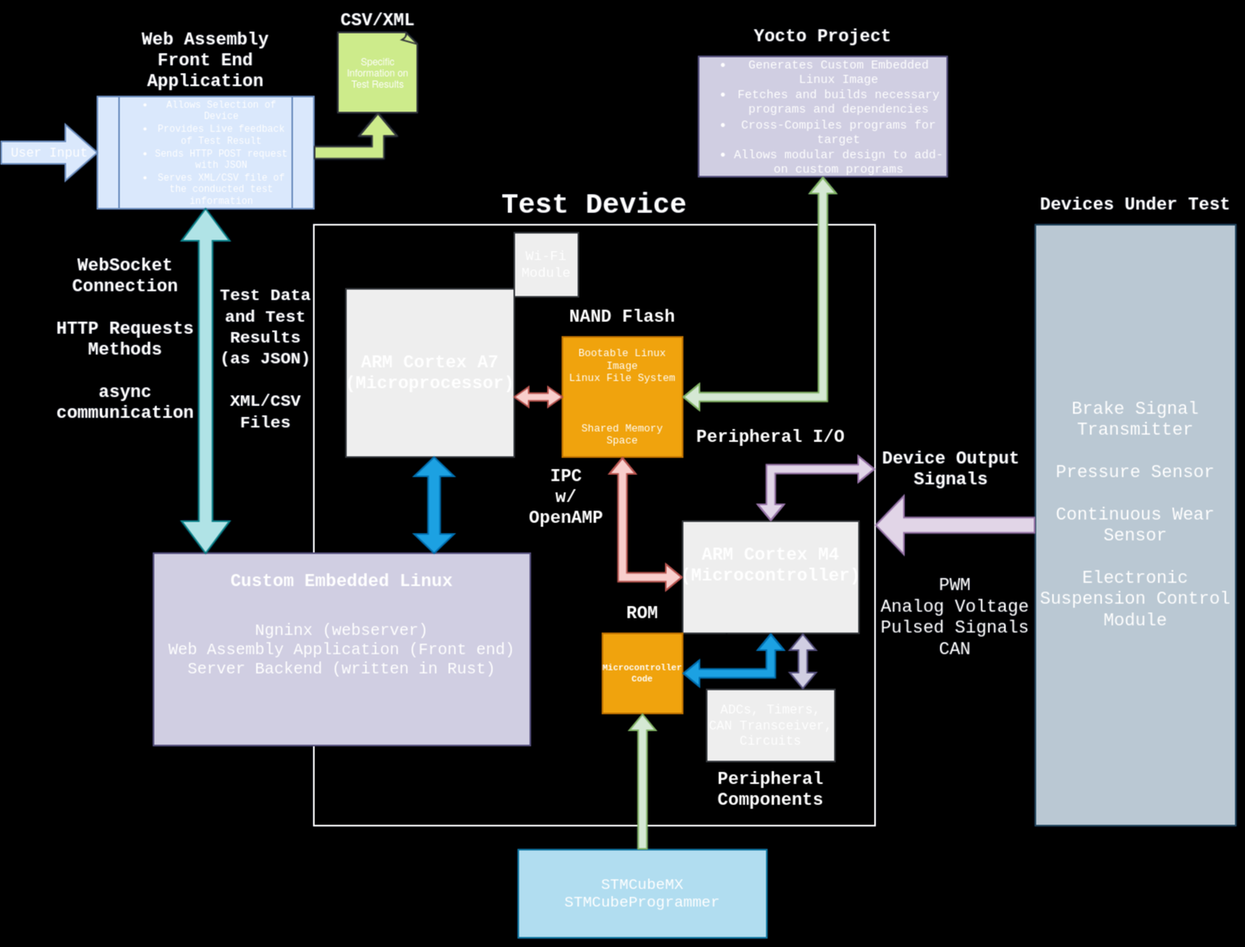
DMGDy/ECE4820-Presentation keeps this draw.io diagram as September06/block_diagram.drawio.png. Above is the earlier version. Source tidied: cells renumbered, new cells last; positions are measured from the earlier drawing's top-left corner, leaving out a move shared by most shapes.
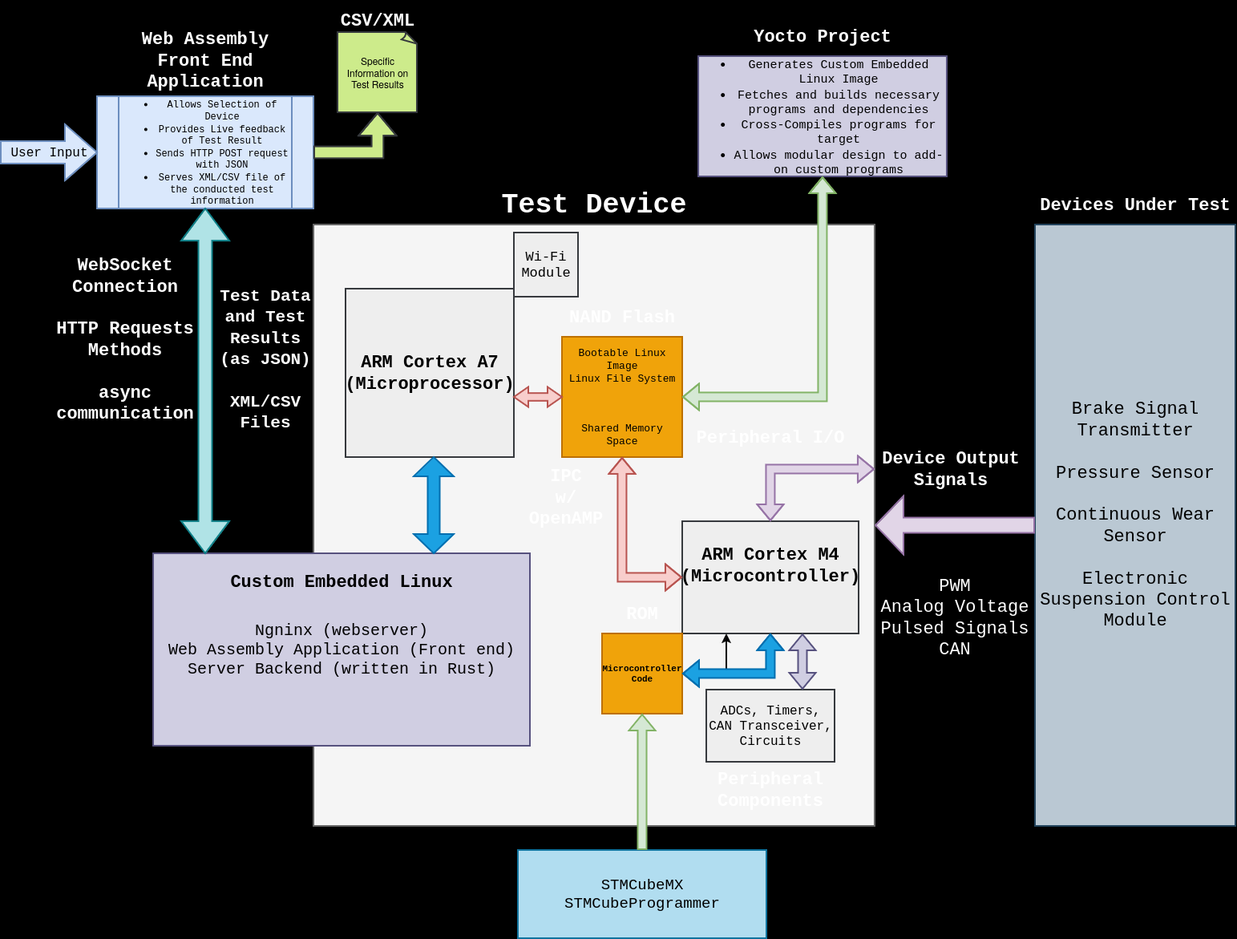
The same file after the commit.

The edit, as a diff of the source:
```diff
@@ -1,4 +1,4 @@
-<mxGraphModel background="#000000" shadow="1">
+<mxGraphModel background="#000000">
   <root>
     <mxCell id="0" />
     <mxCell id="1" parent="0" />
@@ -8,10 +8,10 @@
     <mxCell id="3" value="Devices Under Test" style="text;html=1;align=center;verticalAlign=middle;whiteSpace=wrap;rounded=0;fontFamily=Courier New;fontSize=22;fontStyle=1;labelBackgroundColor=none;strokeWidth=2;fontColor=#ffffff;" parent="1" vertex="1">
       <mxGeometry x="1290" y="230" width="250" height="50" as="geometry" />
     </mxCell>
-    <mxCell id="4" value="Brake Signal Transmitter&lt;br style=&quot;font-size: 22px;&quot;&gt;&lt;br style=&quot;font-size: 22px;&quot;&gt;Pressure Sensor&lt;br style=&quot;font-size: 22px;&quot;&gt;&lt;br style=&quot;font-size: 22px;&quot;&gt;Continuous Wear Sensor&lt;br style=&quot;font-size: 22px;&quot;&gt;&lt;br style=&quot;font-size: 22px;&quot;&gt;Electronic Suspension Control Module&lt;div style=&quot;font-size: 22px;&quot;&gt;&lt;br style=&quot;font-size: 22px;&quot;&gt;&lt;/div&gt;" style="text;html=1;align=center;verticalAlign=middle;whiteSpace=wrap;rounded=0;fontFamily=Courier New;fontSize=22;labelBackgroundColor=none;strokeWidth=2;strokeColor=#23445d;fillColor=#bac8d3;fontColor=#FFFFFF;" parent="1" vertex="1">
+    <mxCell id="4" value="Brake Signal Transmitter&lt;br style=&quot;font-size: 22px;&quot;&gt;&lt;br style=&quot;font-size: 22px;&quot;&gt;Pressure Sensor&lt;br style=&quot;font-size: 22px;&quot;&gt;&lt;br style=&quot;font-size: 22px;&quot;&gt;Continuous Wear Sensor&lt;br style=&quot;font-size: 22px;&quot;&gt;&lt;br style=&quot;font-size: 22px;&quot;&gt;Electronic Suspension Control Module&lt;div style=&quot;font-size: 22px;&quot;&gt;&lt;br style=&quot;font-size: 22px;&quot;&gt;&lt;/div&gt;" style="text;html=1;align=center;verticalAlign=middle;whiteSpace=wrap;rounded=0;fontFamily=Courier New;fontSize=22;labelBackgroundColor=none;strokeWidth=2;strokeColor=#23445d;fillColor=#bac8d3;fontColor=#000000;" parent="1" vertex="1">
       <mxGeometry x="1290" y="280" width="250" height="750" as="geometry" />
     </mxCell>
-    <mxCell id="5" style="rounded=0;whiteSpace=wrap;html=1;labelBackgroundColor=none;strokeWidth=2;fillColor=#000000;strokeColor=#ffffff;" parent="1" vertex="1">
+    <mxCell id="5" style="rounded=0;whiteSpace=wrap;html=1;labelBackgroundColor=none;strokeWidth=2;fillColor=#f5f5f5;strokeColor=#666666;gradientColor=none;" parent="1" vertex="1">
       <mxGeometry x="390" y="280" width="700" height="750" as="geometry" />
     </mxCell>
     <mxCell id="6" value="Device Output Signals" style="text;html=1;align=center;verticalAlign=middle;whiteSpace=wrap;rounded=0;fontFamily=Courier New;fontSize=22;fontStyle=1;labelBackgroundColor=none;strokeWidth=2;fontColor=#ffffff;" parent="1" vertex="1">
@@ -26,10 +26,10 @@
     <mxCell id="9" style="rounded=0;whiteSpace=wrap;html=1;labelBackgroundColor=none;strokeWidth=2;strokeColor=#36393d;fillColor=#eeeeee;" parent="1" vertex="1">
       <mxGeometry x="850" y="650" width="220" height="140" as="geometry" />
     </mxCell>
-    <mxCell id="10" value="ARM Cortex M4&lt;br&gt;(Microcontroller)" style="text;html=1;align=center;verticalAlign=middle;whiteSpace=wrap;rounded=0;fontFamily=Courier New;fontSize=22;fontStyle=1;labelBackgroundColor=none;strokeWidth=2;fontColor=#FFFFFF;" parent="1" vertex="1">
+    <mxCell id="10" value="ARM Cortex M4&lt;br&gt;(Microcontroller)" style="text;html=1;align=center;verticalAlign=middle;whiteSpace=wrap;rounded=0;fontFamily=Courier New;fontSize=22;fontStyle=1;labelBackgroundColor=none;strokeWidth=2;fontColor=#000000;" parent="1" vertex="1">
       <mxGeometry x="850" y="680" width="220" height="50" as="geometry" />
     </mxCell>
-    <mxCell id="11" value="&lt;font style=&quot;font-size: 16px;&quot;&gt;ADCs, Timers, CAN Transceiver,&lt;br&gt;Circuits&lt;br&gt;&lt;/font&gt;" style="rounded=0;whiteSpace=wrap;html=1;fontFamily=Courier New;labelBackgroundColor=none;strokeWidth=2;strokeColor=#36393d;fillColor=#eeeeee;fontColor=#FFFFFF;" parent="1" vertex="1">
+    <mxCell id="11" value="&lt;font style=&quot;font-size: 16px;&quot;&gt;ADCs, Timers, CAN Transceiver,&lt;br&gt;Circuits&lt;br&gt;&lt;/font&gt;" style="rounded=0;whiteSpace=wrap;html=1;fontFamily=Courier New;labelBackgroundColor=none;strokeWidth=2;strokeColor=#36393d;fillColor=#eeeeee;fontColor=#000000;" parent="1" vertex="1">
       <mxGeometry x="880" y="860" width="160" height="90" as="geometry" />
     </mxCell>
     <mxCell id="12" style="shape=flexArrow;endArrow=classic;startArrow=classic;html=1;rounded=0;entryX=0.5;entryY=1;entryDx=0;entryDy=0;exitX=0.5;exitY=0;exitDx=0;exitDy=0;fontColor=default;labelBackgroundColor=none;strokeWidth=2;fillColor=#d0cee2;strokeColor=#56517e;" parent="1" edge="1">
@@ -44,7 +44,7 @@
     <mxCell id="14" style="edgeStyle=orthogonalEdgeStyle;rounded=0;jettySize=auto;html=1;exitX=1;exitY=0.5;exitDx=0;exitDy=0;entryX=0.25;entryY=1;entryDx=0;entryDy=0;strokeWidth=2;fontColor=default;labelBackgroundColor=none;" parent="1" edge="1" source="15" target="9">
       <mxGeometry relative="1" as="geometry" />
     </mxCell>
-    <mxCell id="15" value="&lt;font style=&quot;font-size: 11px;&quot;&gt;&lt;b&gt;Microcontroller&lt;br&gt;Code&lt;/b&gt;&lt;/font&gt;" style="whiteSpace=wrap;html=1;fontSize=10;fontFamily=Courier New;labelBackgroundColor=none;strokeWidth=2;strokeColor=#BD7000;fillColor=#f0a30a;fontColor=#FFFFFF;" parent="1" vertex="1">
+    <mxCell id="15" value="&lt;font style=&quot;font-size: 11px;&quot;&gt;&lt;b&gt;Microcontroller&lt;br&gt;Code&lt;/b&gt;&lt;/font&gt;" style="whiteSpace=wrap;html=1;fontSize=10;fontFamily=Courier New;labelBackgroundColor=none;strokeWidth=2;strokeColor=#BD7000;fillColor=#f0a30a;fontColor=#000000;" parent="1" vertex="1">
       <mxGeometry x="750" y="790" width="100" height="100" as="geometry" />
     </mxCell>
     <mxCell id="16" value="ROM" style="text;html=1;align=center;verticalAlign=middle;whiteSpace=wrap;rounded=0;fontFamily=Courier New;fontSize=22;fontStyle=1;direction=west;labelBackgroundColor=none;strokeWidth=2;fontColor=#ffffff;" parent="1" vertex="1">
@@ -53,22 +53,22 @@
     <mxCell id="17" style="whiteSpace=wrap;html=1;labelBackgroundColor=none;strokeWidth=2;strokeColor=#36393d;fillColor=#eeeeee;" parent="1" vertex="1">
       <mxGeometry x="430" y="360" width="210" height="210" as="geometry" />
     </mxCell>
-    <mxCell id="18" value="ARM Cortex A7&lt;br&gt;(Microprocessor)" style="text;html=1;align=center;verticalAlign=middle;whiteSpace=wrap;rounded=0;fontFamily=Courier New;fontSize=22;fontStyle=1;labelBackgroundColor=none;strokeWidth=2;fontColor=#FFFFFF;" parent="1" vertex="1">
+    <mxCell id="18" value="ARM Cortex A7&lt;br&gt;(Microprocessor)" style="text;html=1;align=center;verticalAlign=middle;whiteSpace=wrap;rounded=0;fontFamily=Courier New;fontSize=22;fontStyle=1;labelBackgroundColor=none;strokeWidth=2;fontColor=#000000;" parent="1" vertex="1">
       <mxGeometry x="435" y="440" width="200" height="50" as="geometry" />
     </mxCell>
-    <mxCell id="19" value="&lt;font style=&quot;font-size: 20px;&quot; face=&quot;Courier New&quot;&gt;Ngninx (webserver)&lt;br&gt;Web Assembly Application (Front end)&lt;br&gt;Server Backend (written in Rust)&lt;br&gt;&lt;/font&gt;" style="rounded=0;whiteSpace=wrap;html=1;labelBackgroundColor=none;strokeWidth=2;strokeColor=#56517e;fillColor=#d0cee2;fontColor=#ffffff;" parent="1" vertex="1">
+    <mxCell id="19" value="&lt;font face=&quot;Courier New&quot; style=&quot;font-size: 20px;&quot;&gt;Ngninx (webserver)&lt;br&gt;Web Assembly Application (Front end)&lt;br&gt;Server Backend (written in Rust)&lt;br&gt;&lt;/font&gt;" style="rounded=0;whiteSpace=wrap;html=1;labelBackgroundColor=none;strokeWidth=2;strokeColor=#56517e;fillColor=#d0cee2;fontColor=#000000;" parent="1" vertex="1">
       <mxGeometry x="190" y="690" width="470" height="240" as="geometry" />
     </mxCell>
     <mxCell id="20" style="shape=doubleArrow;whiteSpace=wrap;html=1;direction=south;labelBackgroundColor=none;strokeWidth=2;fillColor=#1ba1e2;strokeColor=#006EAF;fontColor=#ffffff;" parent="1" vertex="1">
       <mxGeometry x="515" y="570" width="50" height="120" as="geometry" />
     </mxCell>
-    <mxCell id="21" value="Custom Embedded Linux" style="text;html=1;align=center;verticalAlign=middle;whiteSpace=wrap;rounded=0;fontFamily=Courier New;fontSize=22;fontStyle=1;labelBackgroundColor=none;direction=west;strokeWidth=2;fontColor=#FFFFFF;" parent="1" vertex="1">
+    <mxCell id="21" value="Custom Embedded Linux" style="text;html=1;align=center;verticalAlign=middle;whiteSpace=wrap;rounded=0;fontFamily=Courier New;fontSize=22;fontStyle=1;labelBackgroundColor=none;direction=west;strokeWidth=2;fontColor=#000000;" parent="1" vertex="1">
       <mxGeometry x="190" y="700" width="470" height="50" as="geometry" />
     </mxCell>
-    <mxCell id="22" value="Wi-Fi&lt;br style=&quot;font-size: 17px;&quot;&gt;Module" style="whiteSpace=wrap;html=1;fontFamily=Courier New;fontSize=17;labelBackgroundColor=none;strokeWidth=2;strokeColor=#36393d;fillColor=#eeeeee;fontColor=#FFFFFF;" parent="1" vertex="1">
+    <mxCell id="22" value="Wi-Fi&lt;br style=&quot;font-size: 17px;&quot;&gt;Module" style="whiteSpace=wrap;html=1;fontFamily=Courier New;fontSize=17;labelBackgroundColor=none;strokeWidth=2;strokeColor=#36393d;fillColor=#eeeeee;fontColor=#000000;" parent="1" vertex="1">
       <mxGeometry x="640" y="290" width="80" height="80" as="geometry" />
     </mxCell>
-    <mxCell id="23" value="Bootable Linux Image&lt;br style=&quot;font-size: 13px;&quot;&gt;Linux File System&lt;br style=&quot;font-size: 13px;&quot;&gt;&lt;br style=&quot;font-size: 13px;&quot;&gt;&lt;br style=&quot;font-size: 13px;&quot;&gt;&lt;br style=&quot;font-size: 13px;&quot;&gt;Shared Memory Space" style="whiteSpace=wrap;html=1;fontFamily=Courier New;fontSize=13;labelBackgroundColor=none;strokeWidth=2;strokeColor=#BD7000;fillColor=#f0a30a;fontColor=#FFFFFF;" parent="1" vertex="1">
+    <mxCell id="23" value="Bootable Linux Image&lt;br style=&quot;font-size: 13px;&quot;&gt;Linux File System&lt;br style=&quot;font-size: 13px;&quot;&gt;&lt;br style=&quot;font-size: 13px;&quot;&gt;&lt;br style=&quot;font-size: 13px;&quot;&gt;&lt;br style=&quot;font-size: 13px;&quot;&gt;Shared Memory Space" style="whiteSpace=wrap;html=1;fontFamily=Courier New;fontSize=13;labelBackgroundColor=none;strokeWidth=2;strokeColor=#BD7000;fillColor=#f0a30a;fontColor=#000000;" parent="1" vertex="1">
       <mxGeometry x="700" y="420" width="150" height="150" as="geometry" />
     </mxCell>
     <mxCell id="24" value="NAND Flash" style="text;html=1;align=center;verticalAlign=middle;whiteSpace=wrap;rounded=0;fontFamily=Courier New;fontSize=22;fontStyle=1;labelBackgroundColor=none;strokeWidth=2;fontColor=#ffffff;" parent="1" vertex="1">
@@ -87,7 +87,7 @@
     <mxCell id="27" value="IPC&lt;div&gt;w/ OpenAMP&lt;br&gt;&lt;/div&gt;" style="text;html=1;align=center;verticalAlign=middle;whiteSpace=wrap;rounded=0;fontFamily=Courier New;fontSize=22;fontStyle=1;labelBackgroundColor=none;strokeWidth=2;fontColor=#FFFFFF;" parent="1" vertex="1">
       <mxGeometry x="640" y="570" width="130" height="100" as="geometry" />
     </mxCell>
-    <mxCell id="28" value="&lt;ul style=&quot;font-size: 15px;&quot;&gt;&lt;li&gt;&lt;font style=&quot;font-size: 15px;&quot;&gt;Generates Custom Embedded Linux Image&lt;/font&gt;&lt;/li&gt;&lt;li&gt;&lt;font style=&quot;font-size: 15px;&quot;&gt;Fetches and builds necessary programs and dependencies&lt;br&gt;&lt;/font&gt;&lt;/li&gt;&lt;li&gt;&lt;font style=&quot;font-size: 15px;&quot;&gt;Cross-Compiles programs for target&lt;/font&gt;&lt;/li&gt;&lt;li&gt;&lt;font style=&quot;font-size: 15px;&quot;&gt;Allows modular design to add-on custom programs&lt;br&gt;&lt;/font&gt;&lt;/li&gt;&lt;/ul&gt;" style="rounded=0;whiteSpace=wrap;html=1;fontFamily=Courier New;labelBackgroundColor=none;strokeWidth=2;strokeColor=#56517e;fillColor=#d0cee2;fontColor=#ffffff;" parent="1" vertex="1">
+    <mxCell id="28" value="&lt;ul style=&quot;font-size: 15px;&quot;&gt;&lt;li&gt;&lt;font style=&quot;font-size: 15px;&quot;&gt;Generates Custom Embedded Linux Image&lt;/font&gt;&lt;/li&gt;&lt;li&gt;&lt;font style=&quot;font-size: 15px;&quot;&gt;Fetches and builds necessary programs and dependencies&lt;br&gt;&lt;/font&gt;&lt;/li&gt;&lt;li&gt;&lt;font style=&quot;font-size: 15px;&quot;&gt;Cross-Compiles programs for target&lt;/font&gt;&lt;/li&gt;&lt;li&gt;&lt;font style=&quot;font-size: 15px;&quot;&gt;Allows modular design to add-on custom programs&lt;br&gt;&lt;/font&gt;&lt;/li&gt;&lt;/ul&gt;" style="rounded=0;whiteSpace=wrap;html=1;fontFamily=Courier New;labelBackgroundColor=none;strokeWidth=2;strokeColor=#56517e;fillColor=#d0cee2;fontColor=#000000;" parent="1" vertex="1">
       <mxGeometry x="870" y="70" width="310" height="150" as="geometry" />
     </mxCell>
     <mxCell id="29" value="Yocto Project" style="text;html=1;align=center;verticalAlign=middle;whiteSpace=wrap;rounded=0;fontFamily=Courier New;fontSize=22;fontStyle=1;labelBackgroundColor=none;strokeWidth=2;fontColor=#ffffff;" parent="1" vertex="1">
@@ -100,13 +100,13 @@
         </Array>
       </mxGeometry>
     </mxCell>
-    <mxCell id="31" value="&lt;ul style=&quot;font-size: 12px;&quot;&gt;&lt;li style=&quot;font-size: 12px;&quot;&gt;Allows Selection of Device&lt;/li&gt;&lt;li style=&quot;font-size: 12px;&quot;&gt;Provides Live feedback of Test Result&lt;/li&gt;&lt;li style=&quot;font-size: 12px;&quot;&gt;Sends HTTP POST request&lt;br style=&quot;font-size: 12px;&quot;&gt;with JSON&lt;br style=&quot;font-size: 12px;&quot;&gt;&lt;/li&gt;&lt;li style=&quot;font-size: 12px;&quot;&gt;Serves XML/CSV file of the conducted test information&lt;br style=&quot;font-size: 12px;&quot;&gt;&lt;/li&gt;&lt;/ul&gt;" style="shape=process;whiteSpace=wrap;html=1;backgroundOutline=1;fontFamily=Courier New;fontSize=12;fontStyle=0;labelBackgroundColor=none;strokeWidth=2;strokeColor=#6c8ebf;fillColor=#dae8fc;gradientColor=none;fontColor=#FFFFFF;" parent="1" vertex="1">
+    <mxCell id="31" value="&lt;ul style=&quot;font-size: 12px;&quot;&gt;&lt;li style=&quot;font-size: 12px;&quot;&gt;Allows Selection of Device&lt;/li&gt;&lt;li style=&quot;font-size: 12px;&quot;&gt;Provides Live feedback of Test Result&lt;/li&gt;&lt;li style=&quot;font-size: 12px;&quot;&gt;Sends HTTP POST request&lt;br style=&quot;font-size: 12px;&quot;&gt;with JSON&lt;br style=&quot;font-size: 12px;&quot;&gt;&lt;/li&gt;&lt;li style=&quot;font-size: 12px;&quot;&gt;Serves XML/CSV file of the conducted test information&lt;br style=&quot;font-size: 12px;&quot;&gt;&lt;/li&gt;&lt;/ul&gt;" style="shape=process;whiteSpace=wrap;html=1;backgroundOutline=1;fontFamily=Courier New;fontSize=12;fontStyle=0;labelBackgroundColor=none;strokeWidth=2;strokeColor=#6c8ebf;fillColor=#dae8fc;gradientColor=none;fontColor=#000000;" parent="1" vertex="1">
       <mxGeometry x="120" y="120" width="270" height="140" as="geometry" />
     </mxCell>
     <mxCell id="32" value="Web Assembly&lt;br&gt;Front End Application" style="text;html=1;align=center;verticalAlign=middle;whiteSpace=wrap;rounded=0;fontFamily=Courier New;fontSize=22;fontStyle=1;labelBackgroundColor=none;strokeWidth=2;fontColor=#ffffff;" parent="1" vertex="1">
       <mxGeometry x="120" y="30" width="270" height="90" as="geometry" />
     </mxCell>
-    <mxCell id="33" value="User Input" style="html=1;shadow=0;dashed=0;align=center;verticalAlign=middle;shape=mxgraph.arrows2.arrow;dy=0.6;dx=40;direction=east;notch=0;fontFamily=Courier New;fontSize=16;labelBackgroundColor=none;strokeWidth=2;fillColor=#dae8fc;strokeColor=#6c8ebf;gradientColor=none;fontColor=#FFFFFF;" parent="1" vertex="1">
+    <mxCell id="33" value="User Input" style="html=1;shadow=0;dashed=0;align=center;verticalAlign=middle;shape=mxgraph.arrows2.arrow;dy=0.6;dx=40;direction=east;notch=0;fontFamily=Courier New;fontSize=16;labelBackgroundColor=none;strokeWidth=2;fillColor=#dae8fc;strokeColor=#6c8ebf;gradientColor=none;fontColor=#000000;" parent="1" vertex="1">
       <mxGeometry y="155" width="120" height="70" as="geometry" />
     </mxCell>
     <mxCell id="34" style="shape=doubleArrow;whiteSpace=wrap;html=1;direction=south;arrowWidth=0.28333333333333904;arrowSize=0.09325396825396816;labelBackgroundColor=none;strokeWidth=2;fillColor=#b0e3e6;strokeColor=#0e8088;" parent="1" vertex="1">
@@ -125,13 +125,13 @@
         </Array>
       </mxGeometry>
     </mxCell>
-    <mxCell id="38" value="Specific Information on Test Results" style="whiteSpace=wrap;html=1;shape=mxgraph.basic.document;labelBackgroundColor=none;strokeWidth=2;strokeColor=#36393d;fillColor=#cdeb8b;fontColor=#FFFFFF;" parent="1" vertex="1">
+    <mxCell id="38" value="Specific Information on Test Results" style="whiteSpace=wrap;html=1;shape=mxgraph.basic.document;labelBackgroundColor=none;strokeWidth=2;strokeColor=#36393d;fillColor=#cdeb8b;fontColor=#000000;" parent="1" vertex="1">
       <mxGeometry x="420" y="40" width="100" height="100" as="geometry" />
     </mxCell>
     <mxCell id="39" value="CSV/XML" style="text;html=1;align=center;verticalAlign=middle;whiteSpace=wrap;rounded=0;fontFamily=Courier New;fontSize=22;fontStyle=1;direction=west;labelBackgroundColor=none;strokeWidth=2;fontColor=#ffffff;" parent="1" vertex="1">
       <mxGeometry x="420" width="100" height="50" as="geometry" />
     </mxCell>
-    <mxCell id="40" value="STMCubeMX&lt;br style=&quot;font-size: 19px;&quot;&gt;STMCubeProgrammer" style="rounded=0;whiteSpace=wrap;html=1;fontSize=19;fontFamily=Courier New;strokeWidth=2;strokeColor=#10739e;fillColor=#b1ddf0;fontColor=#ffffff;" parent="1" vertex="1">
+    <mxCell id="40" value="STMCubeMX&lt;br style=&quot;font-size: 19px;&quot;&gt;STMCubeProgrammer" style="rounded=0;whiteSpace=wrap;html=1;fontSize=19;fontFamily=Courier New;strokeWidth=2;strokeColor=#10739e;fillColor=#b1ddf0;fontColor=#000000;" parent="1" vertex="1">
       <mxGeometry x="645" y="1060" width="310" height="110" as="geometry" />
     </mxCell>
     <mxCell id="41" style="shape=flexArrow;endArrow=classic;html=1;rounded=0;entryX=0.5;entryY=1;entryDx=0;entryDy=0;strokeWidth=2;exitX=0.5;exitY=0;exitDx=0;exitDy=0;fillColor=#d5e8d4;strokeColor=#82b366;fontColor=#FFFFFF;" parent="1" edge="1" source="40" target="15">
```
